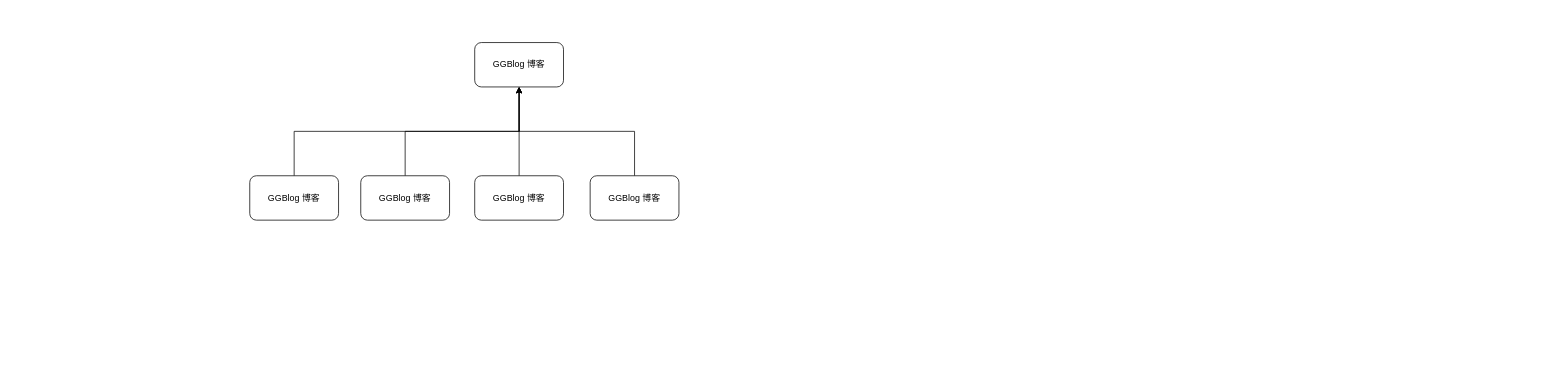
Earlier version of the draw.io diagram GGBlog Design/功能结构图.drawio (xiaowansheng/Project-Design). Source tidied: cells renumbered, new cells numbered last; positions are measured from the earlier drawing's top-left corner, leaving out a move shared by most shapes. Both pictures are drawn from the tidied source at 74%, with x=0, y=0 at pixel (249, 42).
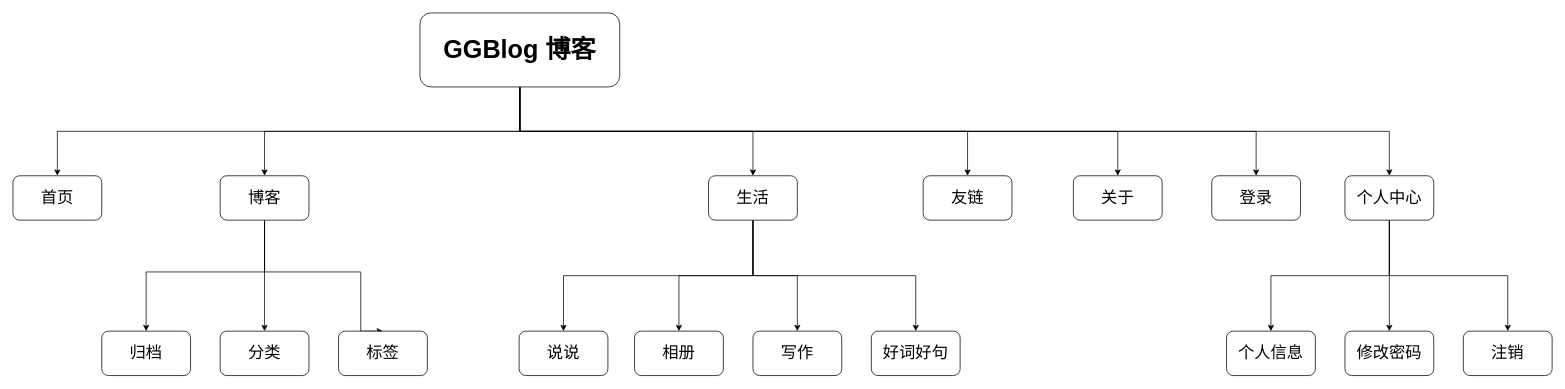
After the change.

Commit message:
更新功能结构图.drawio

The edit, as a diff of the source:
```diff
@@
-    <mxCell id="2" style="edgeStyle=orthogonalEdgeStyle;rounded=0;jettySize=auto;html=1;entryX=0.5;entryY=1;entryDx=0;entryDy=0;" parent="1" edge="1" source="3" target="6">
-      <mxGeometry relative="1" as="geometry">
-        <Array as="points">
-          <mxPoint x="520" y="120" />
-          <mxPoint x="364" y="120" />
-        </Array>
-      </mxGeometry>
-    </mxCell>
+    <mxCell id="11" style="edgeStyle=orthogonalEdgeStyle;rounded=0;jettySize=auto;html=1;exitX=0.5;exitY=1;exitDx=0;exitDy=0;entryX=0.5;entryY=0;entryDx=0;entryDy=0;" parent="1" edge="1" source="3" target="10">
+      <mxGeometry relative="1" as="geometry" />
+    </mxCell>
+    <mxCell id="12" style="edgeStyle=orthogonalEdgeStyle;rounded=0;jettySize=auto;html=1;exitX=0.5;exitY=1;exitDx=0;exitDy=0;entryX=0.5;entryY=0;entryDx=0;entryDy=0;" parent="1" edge="1" source="3" target="35">
+      <mxGeometry relative="1" as="geometry" />
+    </mxCell>
+    <mxCell id="13" style="edgeStyle=orthogonalEdgeStyle;rounded=0;jettySize=auto;html=1;exitX=0.5;exitY=1;exitDx=0;exitDy=0;entryX=0.5;entryY=0;entryDx=0;entryDy=0;" parent="1" edge="1" source="3" target="34">
+      <mxGeometry relative="1" as="geometry" />
+    </mxCell>
+    <mxCell id="14" style="edgeStyle=orthogonalEdgeStyle;rounded=0;jettySize=auto;html=1;exitX=0.5;exitY=1;exitDx=0;exitDy=0;entryX=0.5;entryY=0;entryDx=0;entryDy=0;" parent="1" edge="1" source="3" target="40">
+      <mxGeometry relative="1" as="geometry" />
+    </mxCell>
-    <mxCell id="3" value="GGBlog 博客" style="rounded=1;whiteSpace=wrap;html=1;" parent="1" vertex="1">
-      <mxGeometry x="460" y="180" width="120" height="60" as="geometry" />
+    <mxCell id="3" value="生活" style="rounded=1;whiteSpace=wrap;html=1;fontSize=22;" parent="1" vertex="1">
+      <mxGeometry x="620" y="180" width="120" height="60" as="geometry" />
     </mxCell>
-    <mxCell id="4" style="edgeStyle=orthogonalEdgeStyle;rounded=0;jettySize=auto;html=1;exitX=0.5;exitY=0;exitDx=0;exitDy=0;entryX=0.5;entryY=1;entryDx=0;entryDy=0;" parent="1" edge="1" source="5" target="6">
-      <mxGeometry relative="1" as="geometry" />
-    </mxCell>
-    <mxCell id="5" value="GGBlog 博客" style="rounded=1;whiteSpace=wrap;html=1;" parent="1" vertex="1">
-      <mxGeometry y="180" width="120" height="60" as="geometry" />
+    <mxCell id="5" value="首页" style="rounded=1;whiteSpace=wrap;html=1;fontSize=22;" parent="1" vertex="1">
+      <mxGeometry x="-320" y="180" width="120" height="60" as="geometry" />
     </mxCell>
+    <mxCell id="15" style="edgeStyle=orthogonalEdgeStyle;rounded=0;jettySize=auto;html=1;exitX=0.5;exitY=1;exitDx=0;exitDy=0;entryX=0.5;entryY=0;entryDx=0;entryDy=0;" parent="1" edge="1" source="6" target="5">
+      <mxGeometry relative="1" as="geometry" />
+    </mxCell>
+    <mxCell id="16" style="edgeStyle=orthogonalEdgeStyle;rounded=0;jettySize=auto;html=1;exitX=0.5;exitY=1;exitDx=0;exitDy=0;entryX=0.5;entryY=0;entryDx=0;entryDy=0;" parent="1" edge="1" source="6" target="8">
+      <mxGeometry relative="1" as="geometry" />
+    </mxCell>
+    <mxCell id="17" style="edgeStyle=orthogonalEdgeStyle;rounded=0;jettySize=auto;html=1;exitX=0.5;exitY=1;exitDx=0;exitDy=0;entryX=0.5;entryY=0;entryDx=0;entryDy=0;" parent="1" edge="1" source="6" target="3">
+      <mxGeometry relative="1" as="geometry" />
+    </mxCell>
+    <mxCell id="18" style="edgeStyle=orthogonalEdgeStyle;rounded=0;jettySize=auto;html=1;exitX=0.5;exitY=1;exitDx=0;exitDy=0;entryX=0.5;entryY=0;entryDx=0;entryDy=0;" parent="1" edge="1" source="6" target="28">
+      <mxGeometry relative="1" as="geometry" />
+    </mxCell>
+    <mxCell id="19" style="edgeStyle=orthogonalEdgeStyle;rounded=0;jettySize=auto;html=1;exitX=0.5;exitY=1;exitDx=0;exitDy=0;entryX=0.5;entryY=0;entryDx=0;entryDy=0;" parent="1" edge="1" source="6" target="29">
+      <mxGeometry relative="1" as="geometry" />
+    </mxCell>
+    <mxCell id="20" style="edgeStyle=orthogonalEdgeStyle;rounded=0;jettySize=auto;html=1;exitX=0.5;exitY=1;exitDx=0;exitDy=0;entryX=0.5;entryY=0;entryDx=0;entryDy=0;" parent="1" edge="1" source="6" target="37">
+      <mxGeometry relative="1" as="geometry" />
+    </mxCell>
+    <mxCell id="21" style="edgeStyle=orthogonalEdgeStyle;rounded=0;jettySize=auto;html=1;exitX=0.5;exitY=1;exitDx=0;exitDy=0;entryX=0.5;entryY=0;entryDx=0;entryDy=0;" parent="1" edge="1" source="6" target="33">
+      <mxGeometry relative="1" as="geometry" />
+    </mxCell>
-    <mxCell id="6" value="GGBlog 博客" style="rounded=1;whiteSpace=wrap;html=1;" parent="1" vertex="1">
-      <mxGeometry x="304" width="120" height="60" as="geometry" />
+    <mxCell id="6" value="&lt;b&gt;&lt;font style=&quot;font-size: 34px;&quot;&gt;GGBlog 博客&lt;/font&gt;&lt;/b&gt;" style="rounded=1;whiteSpace=wrap;html=1;" parent="1" vertex="1">
+      <mxGeometry x="230" y="-40" width="270" height="100" as="geometry" />
     </mxCell>
-    <mxCell id="7" style="edgeStyle=orthogonalEdgeStyle;rounded=0;jettySize=auto;html=1;entryX=0.5;entryY=1;entryDx=0;entryDy=0;" parent="1" edge="1" source="8" target="6">
-      <mxGeometry relative="1" as="geometry">
-        <Array as="points">
-          <mxPoint x="210" y="120" />
-          <mxPoint x="364" y="120" />
-        </Array>
-      </mxGeometry>
-    </mxCell>
+    <mxCell id="22" style="edgeStyle=orthogonalEdgeStyle;rounded=0;jettySize=auto;html=1;entryX=0.5;entryY=0;entryDx=0;entryDy=0;fontSize=22;" parent="1" edge="1" source="8" target="26">
+      <mxGeometry relative="1" as="geometry" />
+    </mxCell>
+    <mxCell id="23" style="edgeStyle=orthogonalEdgeStyle;rounded=0;jettySize=auto;html=1;entryX=0.5;entryY=0;entryDx=0;entryDy=0;fontSize=22;" parent="1" edge="1" source="8" target="25">
+      <mxGeometry relative="1" as="geometry">
+        <Array as="points">
+          <mxPoint x="20" y="310" />
+          <mxPoint x="-140" y="310" />
+        </Array>
+      </mxGeometry>
+    </mxCell>
+    <mxCell id="24" style="edgeStyle=orthogonalEdgeStyle;rounded=0;jettySize=auto;html=1;exitX=0.5;exitY=1;exitDx=0;exitDy=0;entryX=0.5;entryY=0;entryDx=0;entryDy=0;fontSize=22;" parent="1" edge="1" source="8" target="27">
+      <mxGeometry relative="1" as="geometry">
+        <Array as="points">
+          <mxPoint x="20" y="310" />
+          <mxPoint x="150" y="310" />
+        </Array>
+      </mxGeometry>
+    </mxCell>
-    <mxCell id="8" value="GGBlog 博客" style="rounded=1;whiteSpace=wrap;html=1;" parent="1" vertex="1">
-      <mxGeometry x="150" y="180" width="120" height="60" as="geometry" />
+    <mxCell id="8" value="博客" style="rounded=1;whiteSpace=wrap;html=1;fontSize=22;" parent="1" vertex="1">
+      <mxGeometry x="-40" y="180" width="120" height="60" as="geometry" />
     </mxCell>
-    <mxCell id="9" style="edgeStyle=orthogonalEdgeStyle;rounded=0;jettySize=auto;html=1;entryX=0.5;entryY=1;entryDx=0;entryDy=0;" parent="1" edge="1" source="10" target="6">
-      <mxGeometry relative="1" as="geometry" />
-    </mxCell>
-    <mxCell id="10" value="GGBlog 博客" style="rounded=1;whiteSpace=wrap;html=1;" parent="1" vertex="1">
-      <mxGeometry x="304" y="180" width="120" height="60" as="geometry" />
+    <mxCell id="10" value="说说" style="rounded=1;whiteSpace=wrap;html=1;fontSize=22;" parent="1" vertex="1">
+      <mxGeometry x="364" y="390" width="120" height="60" as="geometry" />
     </mxCell>
+    <mxCell id="25" value="归档" style="rounded=1;whiteSpace=wrap;html=1;fontSize=22;" parent="1" vertex="1">
+      <mxGeometry x="-200" y="390" width="120" height="60" as="geometry" />
+    </mxCell>
+    <mxCell id="26" value="分类" style="rounded=1;whiteSpace=wrap;html=1;fontSize=22;" parent="1" vertex="1">
+      <mxGeometry x="-40" y="390" width="120" height="60" as="geometry" />
+    </mxCell>
+    <mxCell id="27" value="标签" style="rounded=1;whiteSpace=wrap;html=1;fontSize=22;" parent="1" vertex="1">
+      <mxGeometry x="120" y="390" width="120" height="60" as="geometry" />
+    </mxCell>
+    <mxCell id="28" value="友链" style="rounded=1;whiteSpace=wrap;html=1;fontSize=22;" parent="1" vertex="1">
+      <mxGeometry x="910" y="180" width="120" height="60" as="geometry" />
+    </mxCell>
+    <mxCell id="29" value="关于" style="rounded=1;whiteSpace=wrap;html=1;fontSize=22;" parent="1" vertex="1">
+      <mxGeometry x="1113" y="180" width="120" height="60" as="geometry" />
+    </mxCell>
+    <mxCell id="30" style="edgeStyle=orthogonalEdgeStyle;rounded=0;jettySize=auto;html=1;exitX=0.5;exitY=1;exitDx=0;exitDy=0;entryX=0.5;entryY=0;entryDx=0;entryDy=0;" parent="1" edge="1" source="33" target="36">
+      <mxGeometry relative="1" as="geometry" />
+    </mxCell>
+    <mxCell id="31" style="edgeStyle=orthogonalEdgeStyle;rounded=0;jettySize=auto;html=1;exitX=0.5;exitY=1;exitDx=0;exitDy=0;entryX=0.5;entryY=0;entryDx=0;entryDy=0;" parent="1" edge="1" source="33" target="38">
+      <mxGeometry relative="1" as="geometry" />
+    </mxCell>
+    <mxCell id="32" style="edgeStyle=orthogonalEdgeStyle;rounded=0;jettySize=auto;html=1;exitX=0.5;exitY=1;exitDx=0;exitDy=0;entryX=0.5;entryY=0;entryDx=0;entryDy=0;" parent="1" edge="1" source="33" target="39">
+      <mxGeometry relative="1" as="geometry" />
+    </mxCell>
+    <mxCell id="33" value="个人中心" style="rounded=1;whiteSpace=wrap;html=1;fontSize=22;" parent="1" vertex="1">
+      <mxGeometry x="1480" y="180" width="120" height="60" as="geometry" />
+    </mxCell>
+    <mxCell id="34" value="写作" style="rounded=1;whiteSpace=wrap;html=1;fontSize=22;" parent="1" vertex="1">
+      <mxGeometry x="680" y="390" width="120" height="60" as="geometry" />
+    </mxCell>
+    <mxCell id="35" value="相册" style="rounded=1;whiteSpace=wrap;html=1;fontSize=22;" parent="1" vertex="1">
+      <mxGeometry x="520" y="390" width="120" height="60" as="geometry" />
+    </mxCell>
+    <mxCell id="36" value="个人信息" style="rounded=1;whiteSpace=wrap;html=1;fontSize=22;" parent="1" vertex="1">
+      <mxGeometry x="1320" y="390" width="120" height="60" as="geometry" />
+    </mxCell>
+    <mxCell id="37" value="登录" style="rounded=1;whiteSpace=wrap;html=1;fontSize=22;" parent="1" vertex="1">
+      <mxGeometry x="1300" y="180" width="120" height="60" as="geometry" />
+    </mxCell>
+    <mxCell id="38" value="修改密码" style="rounded=1;whiteSpace=wrap;html=1;fontSize=22;" parent="1" vertex="1">
+      <mxGeometry x="1480" y="390" width="120" height="60" as="geometry" />
+    </mxCell>
+    <mxCell id="39" value="注销" style="rounded=1;whiteSpace=wrap;html=1;fontSize=22;" parent="1" vertex="1">
+      <mxGeometry x="1640" y="390" width="120" height="60" as="geometry" />
+    </mxCell>
+    <mxCell id="40" value="好词好句" style="rounded=1;whiteSpace=wrap;html=1;fontSize=22;" parent="1" vertex="1">
+      <mxGeometry x="840" y="390" width="120" height="60" as="geometry" />
+    </mxCell>
```
